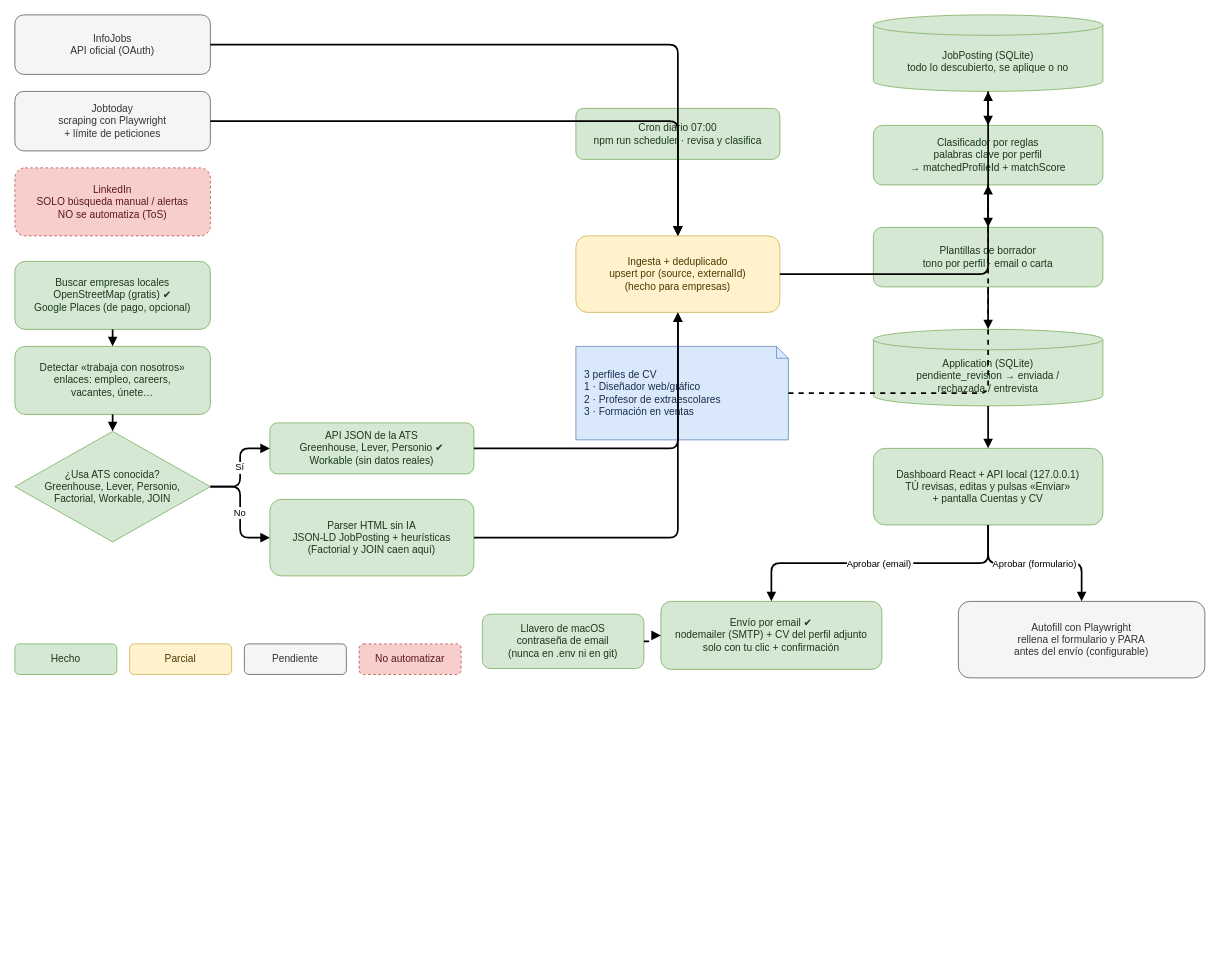
The draw.io diagram page "Flujo del proyecto" (1 of 2) of docs/arquitectura.drawio in jorgecelada-dev/JobSearchApp, before the edit. Source tidied: cells renumbered, new cells numbered last; positions are measured from the earlier drawing's top-left corner, leaving out a move shared by most shapes. Both pictures are drawn from the tidied source at 85%, with x=0, y=0 at pixel (14, 14).
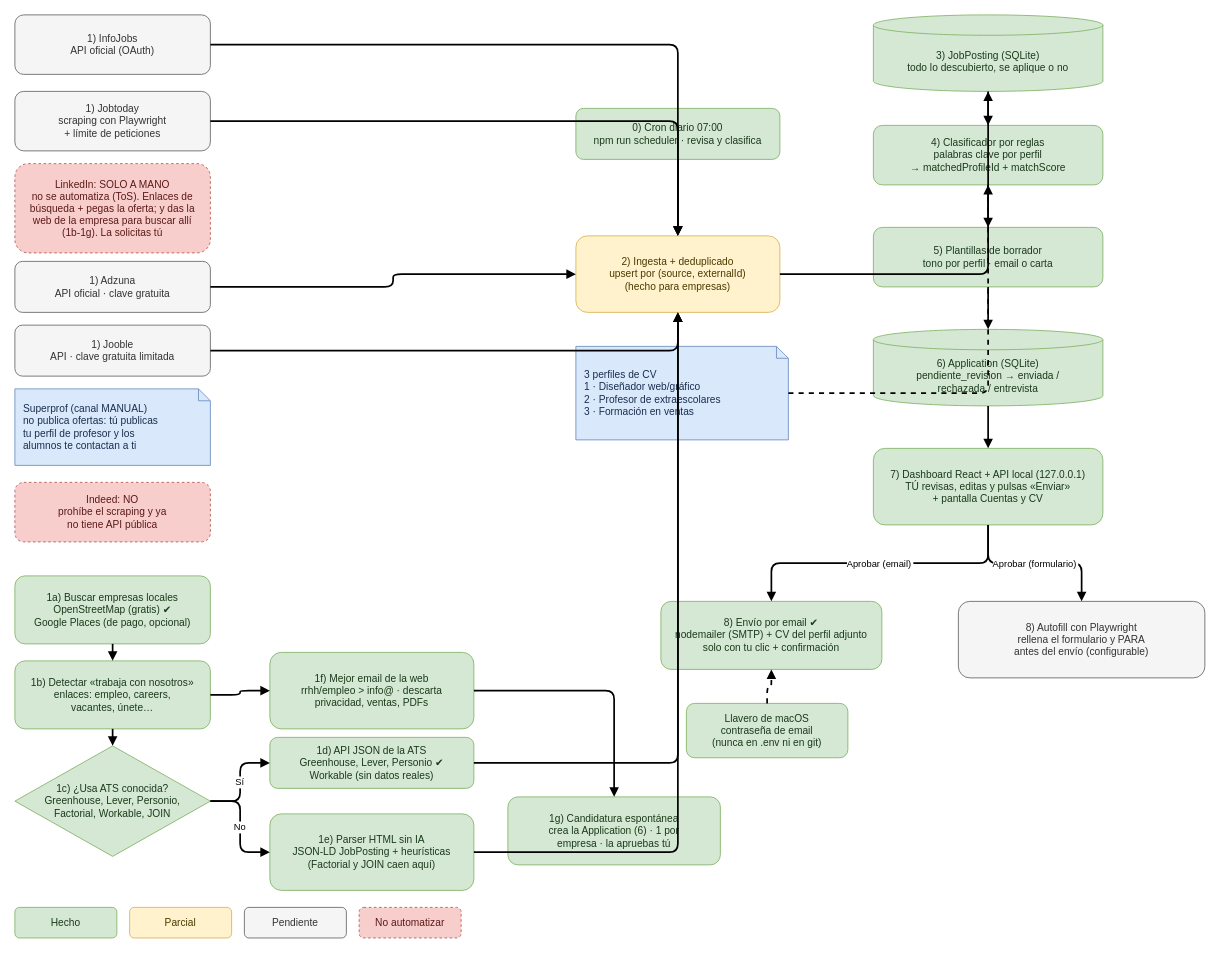
After the change.

The change refers to these unchanged cells:
```xml
<mxCell id="12" value="3 perfiles de CV&#10;1 · Diseñador web/gráfico&#10;2 · Profesor de extraescolares&#10;3 · Formación en ventas" style="shape=note;size=14;align=left;spacingLeft=8;whiteSpace=wrap;html=0;fillColor=#dae8fc;strokeColor=#6c8ebf;fontColor=#1a2f4d;fontSize=12;" parent="1" vertex="1">
  <mxGeometry x="660" y="390" width="250" height="110" as="geometry" />
</mxCell>
```

Diff of the diagram source:
```diff
@@
-    <mxCell id="2" value="InfoJobs&#10;API oficial (OAuth)" style="rounded=1;whiteSpace=wrap;html=0;fillColor=#f5f5f5;strokeColor=#666666;fontColor=#333333;fontSize=12;" parent="1" vertex="1">
+    <mxCell id="2" value="1) InfoJobs&#10;API oficial (OAuth)" style="rounded=1;whiteSpace=wrap;html=0;fillColor=#f5f5f5;strokeColor=#666666;fontColor=#333333;fontSize=12;" parent="1" vertex="1">
       <mxGeometry width="230" height="70" as="geometry" />
     </mxCell>
-    <mxCell id="3" value="Jobtoday&#10;scraping con Playwright&#10;+ límite de peticiones" style="rounded=1;whiteSpace=wrap;html=0;fillColor=#f5f5f5;strokeColor=#666666;fontColor=#333333;fontSize=12;" parent="1" vertex="1">
+    <mxCell id="3" value="1) Jobtoday&#10;scraping con Playwright&#10;+ límite de peticiones" style="rounded=1;whiteSpace=wrap;html=0;fillColor=#f5f5f5;strokeColor=#666666;fontColor=#333333;fontSize=12;" parent="1" vertex="1">
       <mxGeometry y="90" width="230" height="70" as="geometry" />
     </mxCell>
-    <mxCell id="4" value="LinkedIn&#10;SOLO búsqueda manual / alertas&#10;NO se automatiza (ToS)" style="rounded=1;whiteSpace=wrap;html=0;fillColor=#f8cecc;strokeColor=#b85450;fontColor=#5a1a18;fontSize=12;dashed=1;" parent="1" vertex="1">
-      <mxGeometry y="180" width="230" height="80" as="geometry" />
+    <mxCell id="4" value="LinkedIn: SOLO A MANO&#10;no se automatiza (ToS). Enlaces de&#10;búsqueda + pegas la oferta; y das la&#10;web de la empresa para buscar allí&#10;(1b-1g). La solicitas tú" style="rounded=1;whiteSpace=wrap;html=0;fillColor=#f8cecc;strokeColor=#b85450;fontColor=#5a1a18;fontSize=12;dashed=1;" parent="1" vertex="1">
+      <mxGeometry y="175" width="230" height="105" as="geometry" />
     </mxCell>
-    <mxCell id="5" value="Buscar empresas locales&#10;OpenStreetMap (gratis) ✔&#10;Google Places (de pago, opcional)" style="rounded=1;whiteSpace=wrap;html=0;fillColor=#d5e8d4;strokeColor=#82b366;fontColor=#1b3a1a;fontSize=12;" parent="1" vertex="1">
-      <mxGeometry y="290" width="230" height="80" as="geometry" />
+    <mxCell id="5" value="1a) Buscar empresas locales&#10;OpenStreetMap (gratis) ✔&#10;Google Places (de pago, opcional)" style="rounded=1;whiteSpace=wrap;html=0;fillColor=#d5e8d4;strokeColor=#82b366;fontColor=#1b3a1a;fontSize=12;" parent="1" vertex="1">
+      <mxGeometry y="660" width="230" height="80" as="geometry" />
     </mxCell>
-    <mxCell id="6" value="Detectar «trabaja con nosotros»&#10;enlaces: empleo, careers,&#10;vacantes, únete…" style="rounded=1;whiteSpace=wrap;html=0;fillColor=#d5e8d4;strokeColor=#82b366;fontColor=#1b3a1a;fontSize=12;" parent="1" vertex="1">
-      <mxGeometry y="390" width="230" height="80" as="geometry" />
+    <mxCell id="6" value="1b) Detectar «trabaja con nosotros»&#10;enlaces: empleo, careers,&#10;vacantes, únete…" style="rounded=1;whiteSpace=wrap;html=0;fillColor=#d5e8d4;strokeColor=#82b366;fontColor=#1b3a1a;fontSize=12;" parent="1" vertex="1">
+      <mxGeometry y="760" width="230" height="80" as="geometry" />
     </mxCell>
-    <mxCell id="7" value="¿Usa ATS conocida?&#10;Greenhouse, Lever, Personio,&#10;Factorial, Workable, JOIN" style="rhombus;whiteSpace=wrap;html=0;fillColor=#d5e8d4;strokeColor=#82b366;fontColor=#1b3a1a;fontSize=12;" parent="1" vertex="1">
-      <mxGeometry y="490" width="230" height="130" as="geometry" />
+    <mxCell id="7" value="1c) ¿Usa ATS conocida?&#10;Greenhouse, Lever, Personio,&#10;Factorial, Workable, JOIN" style="rhombus;whiteSpace=wrap;html=0;fillColor=#d5e8d4;strokeColor=#82b366;fontColor=#1b3a1a;fontSize=12;" parent="1" vertex="1">
+      <mxGeometry y="860" width="230" height="130" as="geometry" />
     </mxCell>
-    <mxCell id="8" value="API JSON de la ATS&#10;Greenhouse, Lever, Personio ✔&#10;Workable (sin datos reales)" style="rounded=1;whiteSpace=wrap;html=0;fillColor=#d5e8d4;strokeColor=#82b366;fontColor=#1b3a1a;fontSize=12;" parent="1" vertex="1">
-      <mxGeometry x="300" y="480" width="240" height="60" as="geometry" />
+    <mxCell id="8" value="1d) API JSON de la ATS&#10;Greenhouse, Lever, Personio ✔&#10;Workable (sin datos reales)" style="rounded=1;whiteSpace=wrap;html=0;fillColor=#d5e8d4;strokeColor=#82b366;fontColor=#1b3a1a;fontSize=12;" parent="1" vertex="1">
+      <mxGeometry x="300" y="850" width="240" height="60" as="geometry" />
     </mxCell>
-    <mxCell id="9" value="Parser HTML sin IA&#10;JSON-LD JobPosting + heurísticas&#10;(Factorial y JOIN caen aquí)" style="rounded=1;whiteSpace=wrap;html=0;fillColor=#d5e8d4;strokeColor=#82b366;fontColor=#1b3a1a;fontSize=12;" parent="1" vertex="1">
-      <mxGeometry x="300" y="570" width="240" height="90" as="geometry" />
+    <mxCell id="9" value="1e) Parser HTML sin IA&#10;JSON-LD JobPosting + heurísticas&#10;(Factorial y JOIN caen aquí)" style="rounded=1;whiteSpace=wrap;html=0;fillColor=#d5e8d4;strokeColor=#82b366;fontColor=#1b3a1a;fontSize=12;" parent="1" vertex="1">
+      <mxGeometry x="300" y="940" width="240" height="90" as="geometry" />
     </mxCell>
+    <mxCell id="43" value="1) Adzuna&#10;API oficial · clave gratuita" style="rounded=1;whiteSpace=wrap;html=0;fillColor=#f5f5f5;strokeColor=#666666;fontColor=#333333;fontSize=12;" parent="1" vertex="1">
+      <mxGeometry y="290" width="230" height="60" as="geometry" />
+    </mxCell>
+    <mxCell id="44" value="1) Jooble&#10;API · clave gratuita limitada" style="rounded=1;whiteSpace=wrap;html=0;fillColor=#f5f5f5;strokeColor=#666666;fontColor=#333333;fontSize=12;" parent="1" vertex="1">
+      <mxGeometry y="365" width="230" height="60" as="geometry" />
+    </mxCell>
+    <mxCell id="45" value="Superprof (canal MANUAL)&#10;no publica ofertas: tú publicas&#10;tu perfil de profesor y los&#10;alumnos te contactan a ti" style="shape=note;size=14;align=left;spacingLeft=8;whiteSpace=wrap;html=0;fillColor=#dae8fc;strokeColor=#6c8ebf;fontColor=#1a2f4d;fontSize=12;" parent="1" vertex="1">
+      <mxGeometry y="440" width="230" height="90" as="geometry" />
+    </mxCell>
+    <mxCell id="46" value="Indeed: NO&#10;prohíbe el scraping y ya&#10;no tiene API pública" style="rounded=1;whiteSpace=wrap;html=0;fillColor=#f8cecc;strokeColor=#b85450;fontColor=#5a1a18;fontSize=12;dashed=1;" parent="1" vertex="1">
+      <mxGeometry y="550" width="230" height="70" as="geometry" />
+    </mxCell>
+    <mxCell id="47" value="1f) Mejor email de la web&#10;rrhh/empleo &gt; info@ · descarta&#10;privacidad, ventas, PDFs" style="rounded=1;whiteSpace=wrap;html=0;fillColor=#d5e8d4;strokeColor=#82b366;fontColor=#1b3a1a;fontSize=12;" parent="1" vertex="1">
+      <mxGeometry x="300" y="750" width="240" height="90" as="geometry" />
+    </mxCell>
+    <mxCell id="48" value="1g) Candidatura espontánea&#10;crea la Application (6) · 1 por&#10;empresa · la apruebas tú" style="rounded=1;whiteSpace=wrap;html=0;fillColor=#d5e8d4;strokeColor=#82b366;fontColor=#1b3a1a;fontSize=12;" parent="1" vertex="1">
+      <mxGeometry x="580" y="920" width="250" height="80" as="geometry" />
+    </mxCell>
-    <mxCell id="10" value="Cron diario 07:00&#10;npm run scheduler · revisa y clasifica" style="rounded=1;whiteSpace=wrap;html=0;fillColor=#d5e8d4;strokeColor=#82b366;fontColor=#1b3a1a;fontSize=12;" parent="1" vertex="1">
+    <mxCell id="10" value="0) Cron diario 07:00&#10;npm run scheduler · revisa y clasifica" style="rounded=1;whiteSpace=wrap;html=0;fillColor=#d5e8d4;strokeColor=#82b366;fontColor=#1b3a1a;fontSize=12;" parent="1" vertex="1">
       <mxGeometry x="660" y="110" width="240" height="60" as="geometry" />
     </mxCell>
-    <mxCell id="11" value="Ingesta + deduplicado&#10;upsert por (source, externalId)&#10;(hecho para empresas)" style="rounded=1;whiteSpace=wrap;html=0;fillColor=#fff2cc;strokeColor=#d6b656;fontColor=#4a3b00;fontSize=12;" parent="1" vertex="1">
+    <mxCell id="11" value="2) Ingesta + deduplicado&#10;upsert por (source, externalId)&#10;(hecho para empresas)" style="rounded=1;whiteSpace=wrap;html=0;fillColor=#fff2cc;strokeColor=#d6b656;fontColor=#4a3b00;fontSize=12;" parent="1" vertex="1">
       <mxGeometry x="660" y="260" width="240" height="90" as="geometry" />
     </mxCell>
@@
-    <mxCell id="13" value="JobPosting (SQLite)&#10;todo lo descubierto, se aplique o no" style="shape=cylinder3;boundedLbl=1;backgroundOutline=1;size=12;whiteSpace=wrap;html=0;fillColor=#d5e8d4;strokeColor=#82b366;fontColor=#1b3a1a;fontSize=12;" parent="1" vertex="1">
+    <mxCell id="13" value="3) JobPosting (SQLite)&#10;todo lo descubierto, se aplique o no" style="shape=cylinder3;boundedLbl=1;backgroundOutline=1;size=12;whiteSpace=wrap;html=0;fillColor=#d5e8d4;strokeColor=#82b366;fontColor=#1b3a1a;fontSize=12;" parent="1" vertex="1">
       <mxGeometry x="1010" width="270" height="90" as="geometry" />
     </mxCell>
-    <mxCell id="14" value="Clasificador por reglas&#10;palabras clave por perfil&#10;→ matchedProfileId + matchScore" style="rounded=1;whiteSpace=wrap;html=0;fillColor=#d5e8d4;strokeColor=#82b366;fontColor=#1b3a1a;fontSize=12;" parent="1" vertex="1">
+    <mxCell id="14" value="4) Clasificador por reglas&#10;palabras clave por perfil&#10;→ matchedProfileId + matchScore" style="rounded=1;whiteSpace=wrap;html=0;fillColor=#d5e8d4;strokeColor=#82b366;fontColor=#1b3a1a;fontSize=12;" parent="1" vertex="1">
       <mxGeometry x="1010" y="130" width="270" height="70" as="geometry" />
     </mxCell>
-    <mxCell id="15" value="Plantillas de borrador&#10;tono por perfil · email o carta" style="rounded=1;whiteSpace=wrap;html=0;fillColor=#d5e8d4;strokeColor=#82b366;fontColor=#1b3a1a;fontSize=12;" parent="1" vertex="1">
+    <mxCell id="15" value="5) Plantillas de borrador&#10;tono por perfil · email o carta" style="rounded=1;whiteSpace=wrap;html=0;fillColor=#d5e8d4;strokeColor=#82b366;fontColor=#1b3a1a;fontSize=12;" parent="1" vertex="1">
       <mxGeometry x="1010" y="250" width="270" height="70" as="geometry" />
     </mxCell>
-    <mxCell id="16" value="Application (SQLite)&#10;pendiente_revision → enviada /&#10;rechazada / entrevista" style="shape=cylinder3;boundedLbl=1;backgroundOutline=1;size=12;whiteSpace=wrap;html=0;fillColor=#d5e8d4;strokeColor=#82b366;fontColor=#1b3a1a;fontSize=12;" parent="1" vertex="1">
+    <mxCell id="16" value="6) Application (SQLite)&#10;pendiente_revision → enviada /&#10;rechazada / entrevista" style="shape=cylinder3;boundedLbl=1;backgroundOutline=1;size=12;whiteSpace=wrap;html=0;fillColor=#d5e8d4;strokeColor=#82b366;fontColor=#1b3a1a;fontSize=12;" parent="1" vertex="1">
       <mxGeometry x="1010" y="370" width="270" height="90" as="geometry" />
     </mxCell>
-    <mxCell id="17" value="Dashboard React + API local (127.0.0.1)&#10;TÚ revisas, editas y pulsas «Enviar»&#10;+ pantalla Cuentas y CV" style="rounded=1;whiteSpace=wrap;html=0;fillColor=#d5e8d4;strokeColor=#82b366;fontColor=#1b3a1a;fontSize=12;" parent="1" vertex="1">
+    <mxCell id="17" value="7) Dashboard React + API local (127.0.0.1)&#10;TÚ revisas, editas y pulsas «Enviar»&#10;+ pantalla Cuentas y CV" style="rounded=1;whiteSpace=wrap;html=0;fillColor=#d5e8d4;strokeColor=#82b366;fontColor=#1b3a1a;fontSize=12;" parent="1" vertex="1">
       <mxGeometry x="1010" y="510" width="270" height="90" as="geometry" />
     </mxCell>
-    <mxCell id="18" value="Envío por email ✔&#10;nodemailer (SMTP) + CV del perfil adjunto&#10;solo con tu clic + confirmación" style="rounded=1;whiteSpace=wrap;html=0;fillColor=#d5e8d4;strokeColor=#82b366;fontColor=#1b3a1a;fontSize=12;" parent="1" vertex="1">
+    <mxCell id="18" value="8) Envío por email ✔&#10;nodemailer (SMTP) + CV del perfil adjunto&#10;solo con tu clic + confirmación" style="rounded=1;whiteSpace=wrap;html=0;fillColor=#d5e8d4;strokeColor=#82b366;fontColor=#1b3a1a;fontSize=12;" parent="1" vertex="1">
       <mxGeometry x="760" y="690" width="260" height="80" as="geometry" />
     </mxCell>
-    <mxCell id="19" value="Autofill con Playwright&#10;rellena el formulario y PARA&#10;antes del envío (configurable)" style="rounded=1;whiteSpace=wrap;html=0;fillColor=#f5f5f5;strokeColor=#666666;fontColor=#333333;fontSize=12;" parent="1" vertex="1">
+    <mxCell id="19" value="8) Autofill con Playwright&#10;rellena el formulario y PARA&#10;antes del envío (configurable)" style="rounded=1;whiteSpace=wrap;html=0;fillColor=#f5f5f5;strokeColor=#666666;fontColor=#333333;fontSize=12;" parent="1" vertex="1">
       <mxGeometry x="1110" y="690" width="290" height="90" as="geometry" />
     </mxCell>
     <mxCell id="20" value="Llavero de macOS&#10;contraseña de email&#10;(nunca en .env ni en git)" style="rounded=1;whiteSpace=wrap;html=0;fillColor=#d5e8d4;strokeColor=#82b366;fontColor=#1b3a1a;fontSize=12;" parent="1" vertex="1">
-      <mxGeometry x="550" y="705" width="190" height="64" as="geometry" />
+      <mxGeometry x="790" y="810" width="190" height="64" as="geometry" />
     </mxCell>
     <mxCell id="21" value="Hecho" style="rounded=1;whiteSpace=wrap;html=0;fillColor=#d5e8d4;strokeColor=#82b366;fontColor=#1b3a1a;fontSize=12;" parent="1" vertex="1">
-      <mxGeometry y="740" width="120" height="36" as="geometry" />
+      <mxGeometry y="1050" width="120" height="36" as="geometry" />
     </mxCell>
     <mxCell id="22" value="Parcial" style="rounded=1;whiteSpace=wrap;html=0;fillColor=#fff2cc;strokeColor=#d6b656;fontColor=#4a3b00;fontSize=12;" parent="1" vertex="1">
-      <mxGeometry x="135" y="740" width="120" height="36" as="geometry" />
+      <mxGeometry x="135" y="1050" width="120" height="36" as="geometry" />
     </mxCell>
     <mxCell id="23" value="Pendiente" style="rounded=1;whiteSpace=wrap;html=0;fillColor=#f5f5f5;strokeColor=#666666;fontColor=#333333;fontSize=12;" parent="1" vertex="1">
-      <mxGeometry x="270" y="740" width="120" height="36" as="geometry" />
+      <mxGeometry x="270" y="1050" width="120" height="36" as="geometry" />
     </mxCell>
     <mxCell id="24" value="No automatizar" style="rounded=1;whiteSpace=wrap;html=0;fillColor=#f8cecc;strokeColor=#b85450;fontColor=#5a1a18;fontSize=12;dashed=1;" parent="1" vertex="1">
-      <mxGeometry x="405" y="740" width="120" height="36" as="geometry" />
+      <mxGeometry x="405" y="1050" width="120" height="36" as="geometry" />
     </mxCell>
-    <mxCell id="25" style="edgeStyle=orthogonalEdgeStyle;rounded=1;html=0;endArrow=block;endFill=1;strokeWidth=2;fontSize=11;" parent="1" edge="1" source="5" target="6">
+    <mxCell id="25" style="edgeStyle=orthogonalEdgeStyle;rounded=1;html=0;endArrow=block;endFill=1;strokeWidth=2;fontSize=11;" parent="1" edge="1" source="43" target="11">
       <mxGeometry relative="1" as="geometry" />
     </mxCell>
-    <mxCell id="26" style="edgeStyle=orthogonalEdgeStyle;rounded=1;html=0;endArrow=block;endFill=1;strokeWidth=2;fontSize=11;" parent="1" edge="1" source="6" target="7">
+    <mxCell id="26" style="edgeStyle=orthogonalEdgeStyle;rounded=1;html=0;endArrow=block;endFill=1;strokeWidth=2;fontSize=11;" parent="1" edge="1" source="44" target="11">
       <mxGeometry relative="1" as="geometry" />
     </mxCell>
-    <mxCell id="27" value="Sí" style="edgeStyle=orthogonalEdgeStyle;rounded=1;html=0;endArrow=block;endFill=1;strokeWidth=2;fontSize=11;" parent="1" edge="1" source="7" target="8">
+    <mxCell id="27" style="edgeStyle=orthogonalEdgeStyle;rounded=1;html=0;endArrow=block;endFill=1;strokeWidth=2;fontSize=11;" parent="1" edge="1" source="6" target="47">
       <mxGeometry relative="1" as="geometry" />
     </mxCell>
-    <mxCell id="28" value="No" style="edgeStyle=orthogonalEdgeStyle;rounded=1;html=0;endArrow=block;endFill=1;strokeWidth=2;fontSize=11;" parent="1" edge="1" source="7" target="9">
+    <mxCell id="28" style="edgeStyle=orthogonalEdgeStyle;rounded=1;html=0;endArrow=block;endFill=1;strokeWidth=2;fontSize=11;" parent="1" edge="1" source="47" target="48">
       <mxGeometry relative="1" as="geometry" />
     </mxCell>
-    <mxCell id="29" style="edgeStyle=orthogonalEdgeStyle;rounded=1;html=0;endArrow=block;endFill=1;strokeWidth=2;fontSize=11;" parent="1" edge="1" source="2" target="11">
+    <mxCell id="29" style="edgeStyle=orthogonalEdgeStyle;rounded=1;html=0;endArrow=block;endFill=1;strokeWidth=2;fontSize=11;" parent="1" edge="1" source="5" target="6">
       <mxGeometry relative="1" as="geometry" />
     </mxCell>
-    <mxCell id="30" style="edgeStyle=orthogonalEdgeStyle;rounded=1;html=0;endArrow=block;endFill=1;strokeWidth=2;fontSize=11;" parent="1" edge="1" source="3" target="11">
+    <mxCell id="30" style="edgeStyle=orthogonalEdgeStyle;rounded=1;html=0;endArrow=block;endFill=1;strokeWidth=2;fontSize=11;" parent="1" edge="1" source="6" target="7">
       <mxGeometry relative="1" as="geometry" />
     </mxCell>
-    <mxCell id="31" style="edgeStyle=orthogonalEdgeStyle;rounded=1;html=0;endArrow=block;endFill=1;strokeWidth=2;fontSize=11;" parent="1" edge="1" source="8" target="11">
+    <mxCell id="31" value="Sí" style="edgeStyle=orthogonalEdgeStyle;rounded=1;html=0;endArrow=block;endFill=1;strokeWidth=2;fontSize=11;" parent="1" edge="1" source="7" target="8">
       <mxGeometry relative="1" as="geometry" />
     </mxCell>
-    <mxCell id="32" style="edgeStyle=orthogonalEdgeStyle;rounded=1;html=0;endArrow=block;endFill=1;strokeWidth=2;fontSize=11;" parent="1" edge="1" source="9" target="11">
+    <mxCell id="32" value="No" style="edgeStyle=orthogonalEdgeStyle;rounded=1;html=0;endArrow=block;endFill=1;strokeWidth=2;fontSize=11;" parent="1" edge="1" source="7" target="9">
       <mxGeometry relative="1" as="geometry" />
     </mxCell>
-    <mxCell id="33" style="edgeStyle=orthogonalEdgeStyle;rounded=1;html=0;endArrow=block;endFill=1;strokeWidth=2;fontSize=11;" parent="1" edge="1" source="10" target="11">
+    <mxCell id="33" style="edgeStyle=orthogonalEdgeStyle;rounded=1;html=0;endArrow=block;endFill=1;strokeWidth=2;fontSize=11;" parent="1" edge="1" source="2" target="11">
       <mxGeometry relative="1" as="geometry" />
     </mxCell>
-    <mxCell id="34" style="edgeStyle=orthogonalEdgeStyle;rounded=1;html=0;endArrow=block;endFill=1;strokeWidth=2;fontSize=11;" parent="1" edge="1" source="11" target="13">
+    <mxCell id="34" style="edgeStyle=orthogonalEdgeStyle;rounded=1;html=0;endArrow=block;endFill=1;strokeWidth=2;fontSize=11;" parent="1" edge="1" source="3" target="11">
       <mxGeometry relative="1" as="geometry" />
     </mxCell>
-    <mxCell id="35" style="edgeStyle=orthogonalEdgeStyle;rounded=1;html=0;endArrow=block;endFill=1;strokeWidth=2;fontSize=11;" parent="1" edge="1" source="13" target="14">
+    <mxCell id="35" style="edgeStyle=orthogonalEdgeStyle;rounded=1;html=0;endArrow=block;endFill=1;strokeWidth=2;fontSize=11;" parent="1" edge="1" source="8" target="11">
       <mxGeometry relative="1" as="geometry" />
     </mxCell>
-    <mxCell id="36" style="edgeStyle=orthogonalEdgeStyle;rounded=1;html=0;endArrow=block;endFill=1;strokeWidth=2;fontSize=11;" parent="1" edge="1" source="14" target="15">
+    <mxCell id="36" style="edgeStyle=orthogonalEdgeStyle;rounded=1;html=0;endArrow=block;endFill=1;strokeWidth=2;fontSize=11;" parent="1" edge="1" source="9" target="11">
       <mxGeometry relative="1" as="geometry" />
     </mxCell>
-    <mxCell id="37" style="edgeStyle=orthogonalEdgeStyle;rounded=1;html=0;endArrow=block;endFill=1;strokeWidth=2;fontSize=11;" parent="1" edge="1" source="15" target="16">
+    <mxCell id="37" style="edgeStyle=orthogonalEdgeStyle;rounded=1;html=0;endArrow=block;endFill=1;strokeWidth=2;fontSize=11;" parent="1" edge="1" source="10" target="11">
       <mxGeometry relative="1" as="geometry" />
     </mxCell>
-    <mxCell id="38" style="edgeStyle=orthogonalEdgeStyle;rounded=1;html=0;endArrow=block;endFill=1;strokeWidth=2;fontSize=11;" parent="1" edge="1" source="16" target="17">
+    <mxCell id="38" style="edgeStyle=orthogonalEdgeStyle;rounded=1;html=0;endArrow=block;endFill=1;strokeWidth=2;fontSize=11;" parent="1" edge="1" source="11" target="13">
       <mxGeometry relative="1" as="geometry" />
     </mxCell>
-    <mxCell id="39" value="Aprobar (email)" style="edgeStyle=orthogonalEdgeStyle;rounded=1;html=0;endArrow=block;endFill=1;strokeWidth=2;fontSize=11;" parent="1" edge="1" source="17" target="18">
+    <mxCell id="39" style="edgeStyle=orthogonalEdgeStyle;rounded=1;html=0;endArrow=block;endFill=1;strokeWidth=2;fontSize=11;" parent="1" edge="1" source="13" target="14">
       <mxGeometry relative="1" as="geometry" />
     </mxCell>
-    <mxCell id="40" value="Aprobar (formulario)" style="edgeStyle=orthogonalEdgeStyle;rounded=1;html=0;endArrow=block;endFill=1;strokeWidth=2;fontSize=11;" parent="1" edge="1" source="17" target="19">
+    <mxCell id="40" style="edgeStyle=orthogonalEdgeStyle;rounded=1;html=0;endArrow=block;endFill=1;strokeWidth=2;fontSize=11;" parent="1" edge="1" source="14" target="15">
       <mxGeometry relative="1" as="geometry" />
     </mxCell>
-    <mxCell id="41" style="edgeStyle=orthogonalEdgeStyle;rounded=1;html=0;endArrow=block;endFill=1;strokeWidth=2;fontSize=11;dashed=1;" parent="1" edge="1" source="20" target="18">
+    <mxCell id="41" style="edgeStyle=orthogonalEdgeStyle;rounded=1;html=0;endArrow=block;endFill=1;strokeWidth=2;fontSize=11;" parent="1" edge="1" source="15" target="16">
       <mxGeometry relative="1" as="geometry" />
     </mxCell>
-    <mxCell id="42" style="edgeStyle=orthogonalEdgeStyle;rounded=1;html=0;endArrow=block;endFill=1;strokeWidth=2;fontSize=11;dashed=1;" parent="1" edge="1" source="12" target="14">
+    <mxCell id="42" style="edgeStyle=orthogonalEdgeStyle;rounded=1;html=0;endArrow=block;endFill=1;strokeWidth=2;fontSize=11;" parent="1" edge="1" source="16" target="17">
       <mxGeometry relative="1" as="geometry" />
     </mxCell>
+    <mxCell id="49" value="Aprobar (email)" style="edgeStyle=orthogonalEdgeStyle;rounded=1;html=0;endArrow=block;endFill=1;strokeWidth=2;fontSize=11;" parent="1" edge="1" source="17" target="18">
+      <mxGeometry relative="1" as="geometry" />
+    </mxCell>
+    <mxCell id="50" value="Aprobar (formulario)" style="edgeStyle=orthogonalEdgeStyle;rounded=1;html=0;endArrow=block;endFill=1;strokeWidth=2;fontSize=11;" parent="1" edge="1" source="17" target="19">
+      <mxGeometry relative="1" as="geometry" />
+    </mxCell>
+    <mxCell id="51" style="edgeStyle=orthogonalEdgeStyle;rounded=1;html=0;endArrow=block;endFill=1;strokeWidth=2;fontSize=11;dashed=1;" parent="1" edge="1" source="20" target="18">
+      <mxGeometry relative="1" as="geometry" />
+    </mxCell>
+    <mxCell id="52" style="edgeStyle=orthogonalEdgeStyle;rounded=1;html=0;endArrow=block;endFill=1;strokeWidth=2;fontSize=11;dashed=1;" parent="1" edge="1" source="12" target="14">
+      <mxGeometry relative="1" as="geometry" />
+    </mxCell>
```
